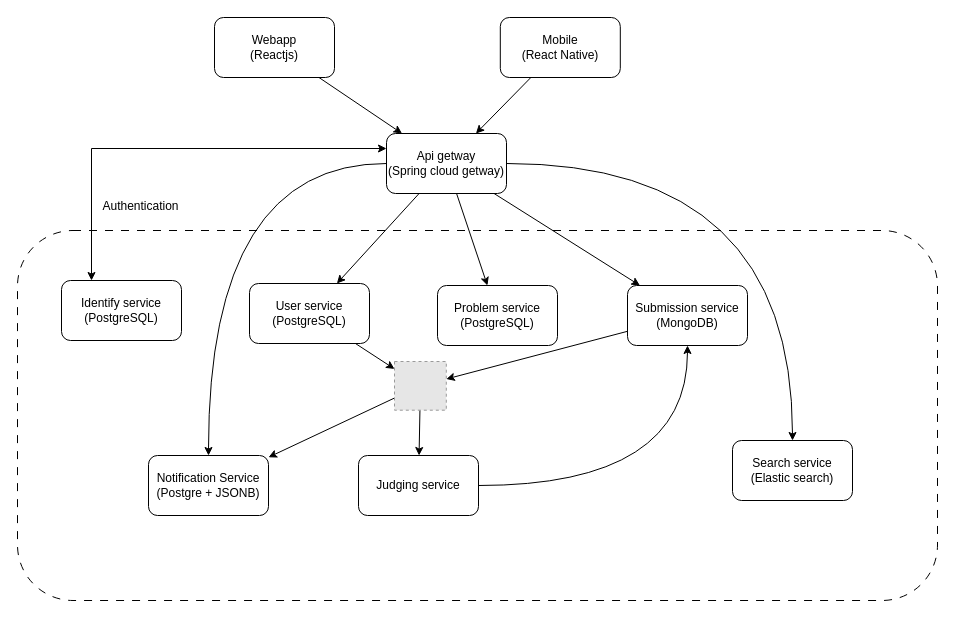
Earlier version of the draw.io diagram Thiết kế hệ thống CodeChallenging.drawio (nguyenxuanhai-arch/CodeChallenging). Source tidied: cells renumbered, new cells numbered last; positions are measured from the earlier drawing's top-left corner, leaving out a move shared by most shapes. Both pictures are drawn from the tidied source at 100%, with x=0, y=0 at pixel (17, 17). Pictures stored in the file or linked from it are replaced by grey dashed boxes.
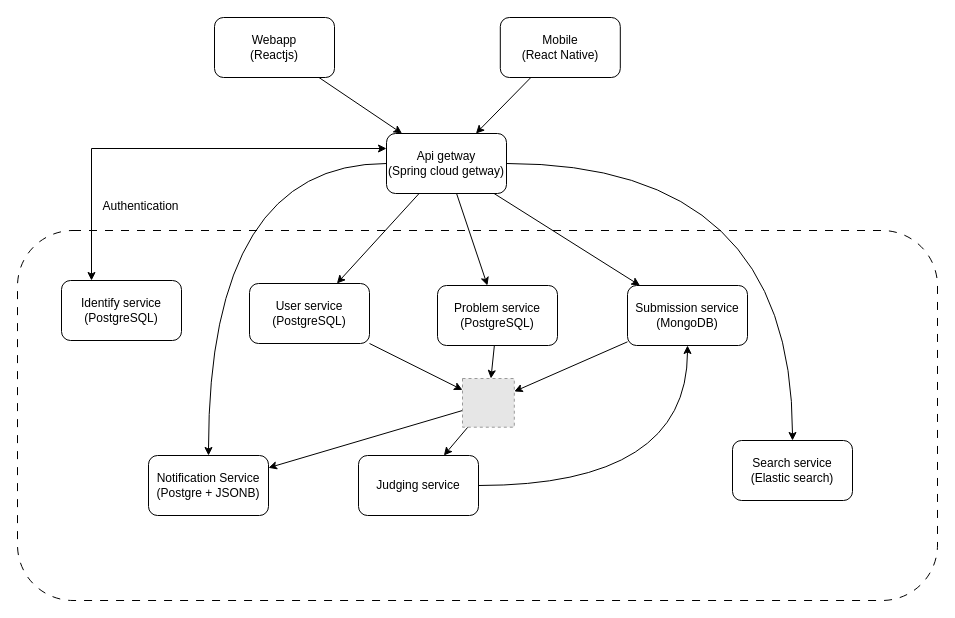
The same page after the edit.

Commit message:
Cập nhật Thiết kế hệ thống CodeChallenging.drawio

The change refers to these unchanged cells:
```xml
<mxCell id="14" value="Problem service&lt;div&gt;(PostgreSQL)&lt;/div&gt;" style="rounded=1;whiteSpace=wrap;html=1;" parent="1" vertex="1">
  <mxGeometry x="420" y="268" width="120" height="60" as="geometry" />
</mxCell>
```

Change to the diagram source:
```diff
@@
+    <mxCell id="28" style="rounded=0;jettySize=auto;html=1;" parent="1" edge="1" source="14" target="24">
+      <mxGeometry relative="1" as="geometry" />
+    </mxCell>
@@
     <mxCell id="24" style="fillColor=#E6E6E6;strokeColor=#999999;dashed=1;verticalLabelPosition=bottom;labelBackgroundColor=default;verticalAlign=top;" parent="1" vertex="1">
-      <mxGeometry x="377" y="344" width="51.8" height="48.7" as="geometry" />
+      <mxGeometry x="445" y="361" width="51.8" height="48.7" as="geometry" />
     </mxCell>
```
